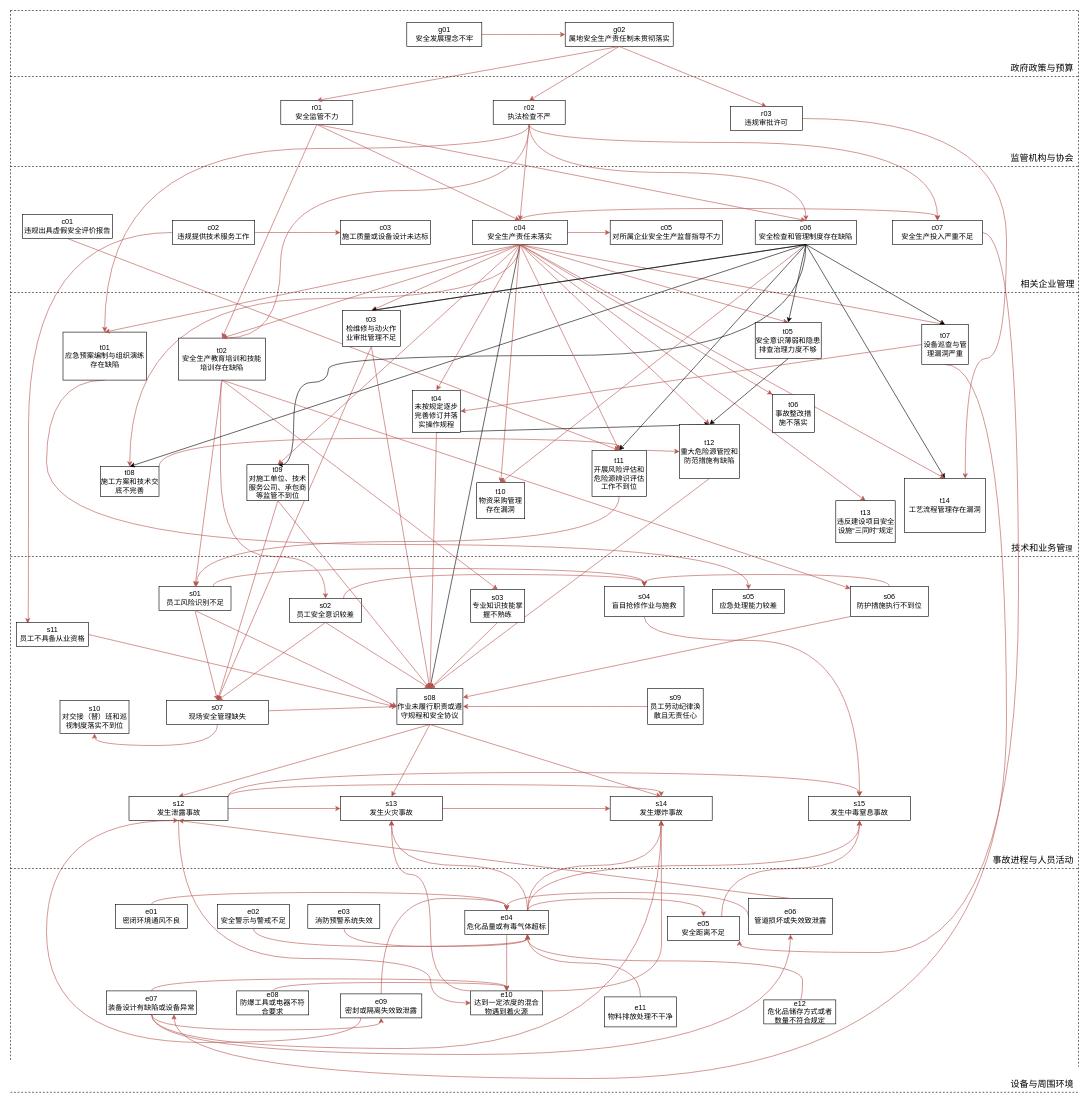
This is 剔除次数少于5.drawio from fangjiarong/docs, a draw.io file, before an edit. Source tidied: cells renumbered, new cells numbered last; positions are measured from the earlier drawing's top-left corner, leaving out a move shared by most shapes. Both pictures are drawn from the tidied source at 60%, with x=0, y=0 at pixel (10, 10).
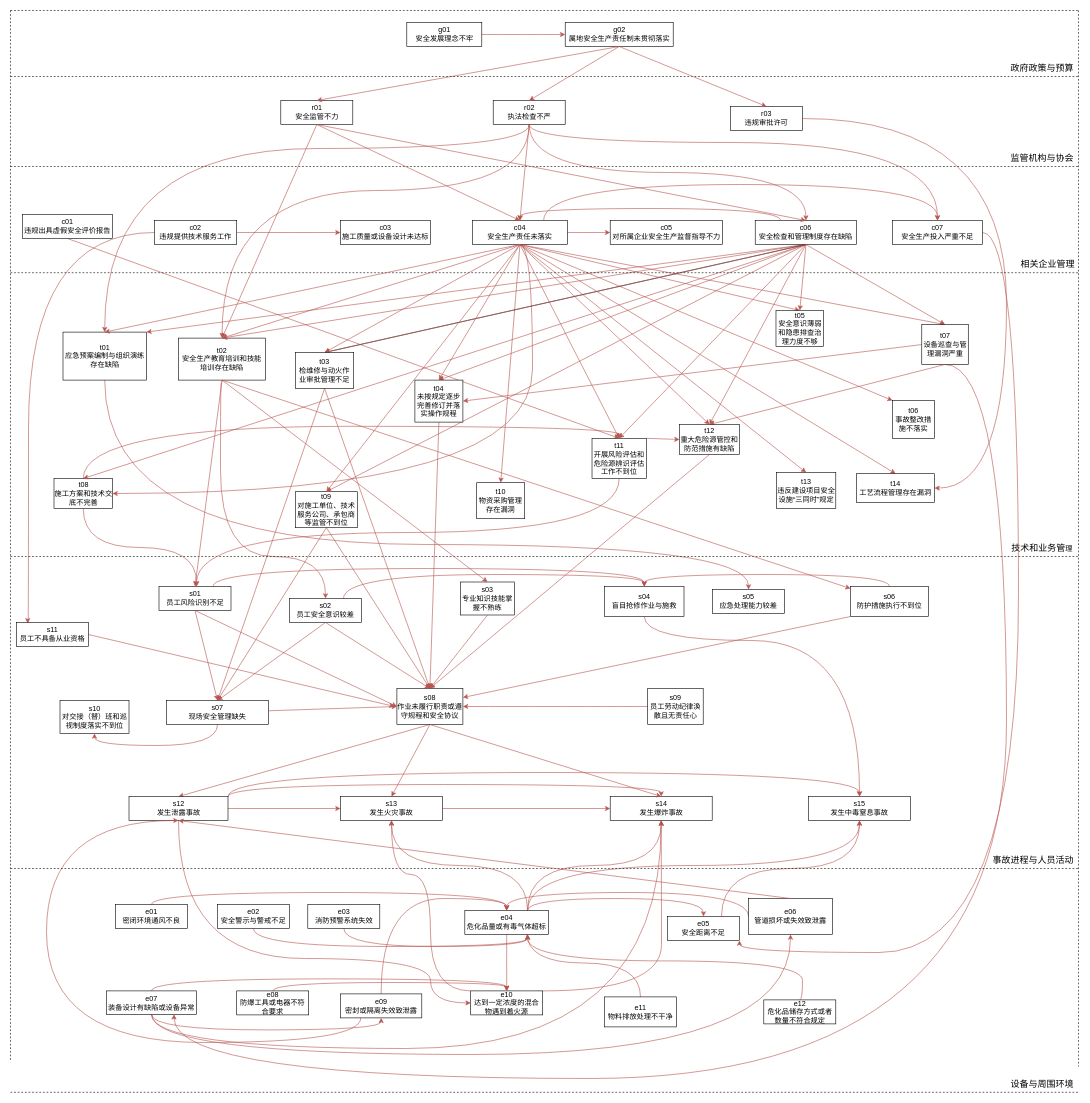
The same diagram, later.

Commit message (it also covers changes not shown here):
更新剔除次数少于5.drawio

The change refers to these unchanged cells:
```xml
<mxCell id="18" value="r02&lt;br&gt;执法检查不严" style="rounded=0;whiteSpace=wrap;html=1;" parent="1" vertex="1">
  <mxGeometry x="804.5" y="150" width="120" height="40" as="geometry" />
</mxCell>
<mxCell id="30" value="c04&lt;br&gt;安全生产责任未落实" style="rounded=0;whiteSpace=wrap;html=1;" parent="1" vertex="1">
  <mxGeometry x="770" y="350" width="158" height="40" as="geometry" />
</mxCell>
<mxCell id="32" value="t01&lt;br&gt;应急预案编制与组织演练存在缺陷" style="rounded=0;whiteSpace=wrap;html=1;" parent="1" vertex="1">
  <mxGeometry x="87.5" y="536" width="139" height="80" as="geometry" />
</mxCell>
<mxCell id="34" value="t02&lt;br&gt;安全生产教育培训和技能培训存在缺陷" style="rounded=0;whiteSpace=wrap;html=1;" parent="1" vertex="1">
  <mxGeometry x="280" y="546" width="145.2" height="70" as="geometry" />
</mxCell>
<mxCell id="42" value="s08&lt;br&gt;作业未履行职责或遵守规程和安全协议" style="rounded=0;whiteSpace=wrap;html=1;" parent="1" vertex="1">
  <mxGeometry x="644" y="1130" width="110" height="60" as="geometry" />
</mxCell>
<mxCell id="43" value="s05&lt;br&gt;应急处理能力较差" style="rounded=0;whiteSpace=wrap;html=1;" parent="1" vertex="1">
  <mxGeometry x="1170" y="965" width="120" height="40" as="geometry" />
</mxCell>
<mxCell id="61" value="c06&lt;br&gt;安全检查和管理制度存在缺陷" style="rounded=0;whiteSpace=wrap;html=1;" parent="1" vertex="1">
  <mxGeometry x="1241.2" y="350" width="169" height="40" as="geometry" />
</mxCell>
<mxCell id="69" value="r03&lt;br&gt;违规审批许可" style="rounded=0;whiteSpace=wrap;html=1;" parent="1" vertex="1">
  <mxGeometry x="1200" y="160" width="120" height="40" as="geometry" />
</mxCell>
<mxCell id="71" value="c07&lt;br&gt;安全生产投入严重不足" style="rounded=0;whiteSpace=wrap;html=1;" parent="1" vertex="1">
  <mxGeometry x="1470" y="350" width="150" height="40" as="geometry" />
</mxCell>
<mxCell id="72" value="t10&lt;br&gt;物资采购管理存在漏洞" style="rounded=0;whiteSpace=wrap;html=1;" parent="1" vertex="1">
  <mxGeometry x="777" y="787" width="80" height="60" as="geometry" />
</mxCell>
<mxCell id="113" value="t07&lt;br&gt;设备巡查与管理漏洞严重" style="rounded=0;whiteSpace=wrap;html=1;" parent="1" vertex="1">
  <mxGeometry x="1518.8" y="523.5" width="77.5" height="66.5" as="geometry" />
</mxCell>
```

Diff of the diagram source:
```diff
@@
+    <mxCell id="124" style="endArrow=classic;html=1;rounded=0;exitX=0.5;exitY=1;exitDx=0;exitDy=0;entryX=0.5;entryY=0;entryDx=0;entryDy=0;fillColor=#f8cecc;strokeColor=#b85450;" parent="1" edge="1" source="37" target="42">
+      <mxGeometry relative="1" as="geometry" />
+    </mxCell>
@@
-    <mxCell id="4" style="endArrow=classic;html=1;rounded=0;exitX=0.5;exitY=1;exitDx=0;exitDy=0;entryX=0.5;entryY=0;entryDx=0;entryDy=0;" parent="1" edge="1" source="30" target="42">
-      <mxGeometry relative="1" as="geometry" />
-    </mxCell>
@@
     <mxCell id="8" value="&lt;font style=&quot;font-size: 15px;&quot;&gt;相关企业管理&lt;/font&gt;" style="text;html=1;strokeColor=none;fillColor=none;align=center;verticalAlign=middle;whiteSpace=wrap;rounded=0;" parent="1" vertex="1">
-      <mxGeometry x="1679" y="440" width="100" height="30" as="geometry" />
+      <mxGeometry x="1679" y="407" width="100" height="30" as="geometry" />
     </mxCell>
@@
     <mxCell id="15" style="edgeStyle=orthogonalEdgeStyle;curved=1;rounded=0;jettySize=auto;html=1;exitX=0.5;exitY=1;exitDx=0;exitDy=0;entryX=0.5;entryY=0;entryDx=0;entryDy=0;fillColor=#f8cecc;strokeColor=#b85450;" parent="1" edge="1" source="18" target="34">
       <mxGeometry relative="1" as="geometry">
         <Array as="points">
           <mxPoint x="865" y="300" />
-          <mxPoint x="450" y="300" />
-          <mxPoint x="450" y="546" />
+          <mxPoint x="353" y="300" />
         </Array>
       </mxGeometry>
     </mxCell>
@@
     <mxCell id="22" value="c02&lt;br&gt;违规提供技术服务工作" style="rounded=0;whiteSpace=wrap;html=1;" parent="1" vertex="1">
-      <mxGeometry x="270" y="350" width="137" height="40" as="geometry" />
+      <mxGeometry x="240" y="350" width="137" height="40" as="geometry" />
     </mxCell>
@@
-    <mxCell id="27" style="edgeStyle=orthogonalEdgeStyle;curved=1;rounded=0;jettySize=auto;html=1;exitX=0.5;exitY=1;exitDx=0;exitDy=0;entryX=0.5;entryY=0;entryDx=0;entryDy=0;fillColor=#f8cecc;strokeColor=#b85450;" parent="1" edge="1" source="30" target="36">
+    <mxCell id="27" style="edgeStyle=orthogonalEdgeStyle;curved=1;rounded=0;jettySize=auto;html=1;exitX=0.5;exitY=1;exitDx=0;exitDy=0;entryX=1;entryY=0.5;entryDx=0;entryDy=0;fillColor=#f8cecc;strokeColor=#b85450;" parent="1" edge="1" source="30" target="36">
       <mxGeometry relative="1" as="geometry">
         <Array as="points">
-          <mxPoint x="849" y="480" />
-          <mxPoint x="199" y="480" />
+          <mxPoint x="870" y="390" />
+          <mxPoint x="870" y="805" />
         </Array>
       </mxGeometry>
     </mxCell>
@@
     <mxCell id="31" style="edgeStyle=orthogonalEdgeStyle;curved=1;rounded=0;jettySize=auto;html=1;exitX=0.5;exitY=1;exitDx=0;exitDy=0;entryX=0.5;entryY=0;entryDx=0;entryDy=0;fillColor=#f8cecc;strokeColor=#b85450;" parent="1" edge="1" source="32" target="43">
       <mxGeometry relative="1" as="geometry">
         <Array as="points">
-          <mxPoint x="60" y="616" />
-          <mxPoint x="60" y="890" />
+          <mxPoint x="157" y="890" />
           <mxPoint x="1230" y="890" />
         </Array>
       </mxGeometry>
     </mxCell>
@@
-    <mxCell id="35" style="edgeStyle=orthogonalEdgeStyle;curved=1;rounded=0;jettySize=auto;html=1;exitX=1;exitY=0;exitDx=0;exitDy=0;entryX=0.5;entryY=0;entryDx=0;entryDy=0;fillColor=#f8cecc;strokeColor=#b85450;" parent="1" edge="1" source="36" target="167">
+    <mxCell id="35" style="edgeStyle=orthogonalEdgeStyle;curved=1;rounded=0;jettySize=auto;html=1;exitX=0.5;exitY=0;exitDx=0;exitDy=0;entryX=0.5;entryY=0;entryDx=0;entryDy=0;fillColor=#f8cecc;strokeColor=#b85450;" parent="1" edge="1" source="36" target="167">
       <mxGeometry relative="1" as="geometry" />
     </mxCell>
+    <mxCell id="176" style="edgeStyle=orthogonalEdgeStyle;curved=1;rounded=0;jettySize=auto;html=1;exitX=0.5;exitY=1;exitDx=0;exitDy=0;fillColor=#f8cecc;strokeColor=#b85450;" parent="1" edge="1" source="36">
+      <mxGeometry relative="1" as="geometry">
+        <mxPoint x="310" y="960" as="targetPoint" />
+      </mxGeometry>
+    </mxCell>
     <mxCell id="36" value="t08&lt;br&gt;施工方案和技术交底不完善" style="rounded=0;whiteSpace=wrap;html=1;" parent="1" vertex="1">
-      <mxGeometry x="150" y="760" width="97.5" height="50" as="geometry" />
+      <mxGeometry x="72.5" y="780" width="97.5" height="50" as="geometry" />
     </mxCell>
     <mxCell id="37" value="t09&lt;br&gt;对施工单位、技术服务公司、承包商等监管不到位" style="rounded=0;whiteSpace=wrap;html=1;" parent="1" vertex="1">
-      <mxGeometry x="394" y="757" width="103" height="60" as="geometry" />
+      <mxGeometry x="475" y="802" width="103" height="60" as="geometry" />
     </mxCell>
@@
     <mxCell id="51" value="s03&lt;br&gt;专业知识技能掌握不熟练" style="rounded=0;whiteSpace=wrap;html=1;" parent="1" vertex="1">
-      <mxGeometry x="767" y="965" width="90" height="55" as="geometry" />
+      <mxGeometry x="750" y="952.5" width="90" height="55" as="geometry" />
     </mxCell>
@@
-    <mxCell id="57" style="edgeStyle=none;rounded=0;jettySize=auto;html=1;exitX=0.5;exitY=1;exitDx=0;exitDy=0;entryX=0.5;entryY=0;entryDx=0;entryDy=0;" parent="1" edge="1" source="61" target="113">
+    <mxCell id="57" style="edgeStyle=none;rounded=0;jettySize=auto;html=1;exitX=0.5;exitY=1;exitDx=0;exitDy=0;entryX=0.5;entryY=0;entryDx=0;entryDy=0;fillColor=#f8cecc;strokeColor=#b85450;" parent="1" edge="1" source="61" target="113">
       <mxGeometry relative="1" as="geometry" />
     </mxCell>
+    <mxCell id="177" style="edgeStyle=orthogonalEdgeStyle;curved=1;rounded=0;jettySize=auto;html=1;exitX=0.25;exitY=0;exitDx=0;exitDy=0;entryX=0.5;entryY=0;entryDx=0;entryDy=0;fillColor=#f8cecc;strokeColor=#b85450;" parent="1" edge="1" source="61" target="30">
+      <mxGeometry relative="1" as="geometry">
+        <Array as="points">
+          <mxPoint x="1284" y="330" />
+          <mxPoint x="849" y="330" />
+        </Array>
+      </mxGeometry>
+    </mxCell>
+    <mxCell id="178" style="edgeStyle=none;rounded=0;jettySize=auto;html=1;exitX=0.5;exitY=1;exitDx=0;exitDy=0;entryX=1;entryY=0;entryDx=0;entryDy=0;fillColor=#f8cecc;strokeColor=#b85450;" parent="1" edge="1" source="61" target="32">
+      <mxGeometry relative="1" as="geometry" />
+    </mxCell>
+    <mxCell id="179" style="edgeStyle=none;rounded=0;jettySize=auto;html=1;exitX=0.5;exitY=1;exitDx=0;exitDy=0;entryX=0.5;entryY=0;entryDx=0;entryDy=0;fillColor=#f8cecc;strokeColor=#b85450;" parent="1" edge="1" source="61" target="34">
+      <mxGeometry relative="1" as="geometry" />
+    </mxCell>
+    <mxCell id="180" style="edgeStyle=none;rounded=0;jettySize=auto;html=1;exitX=0.5;exitY=1;exitDx=0;exitDy=0;entryX=0.5;entryY=0;entryDx=0;entryDy=0;fillColor=#f8cecc;strokeColor=#b85450;" parent="1" edge="1" source="61" target="173">
+      <mxGeometry relative="1" as="geometry" />
+    </mxCell>
+    <mxCell id="181" style="edgeStyle=none;rounded=0;jettySize=auto;html=1;exitX=0.5;exitY=1;exitDx=0;exitDy=0;entryX=0.5;entryY=0;entryDx=0;entryDy=0;fillColor=#f8cecc;strokeColor=#b85450;" parent="1" edge="1" source="61" target="161">
+      <mxGeometry relative="1" as="geometry" />
+    </mxCell>
+    <mxCell id="122" style="edgeStyle=none;rounded=0;jettySize=auto;html=1;exitX=0.5;exitY=1;exitDx=0;exitDy=0;entryX=0.5;entryY=0;entryDx=0;entryDy=0;fillColor=#f8cecc;strokeColor=#b85450;" parent="1" edge="1" source="61" target="36">
+      <mxGeometry relative="1" as="geometry" />
+    </mxCell>
-    <mxCell id="58" style="edgeStyle=orthogonalEdgeStyle;curved=1;rounded=0;jettySize=auto;html=1;exitX=0.5;exitY=1;exitDx=0;exitDy=0;entryX=0.5;entryY=0;entryDx=0;entryDy=0;" parent="1" edge="1" source="61" target="37">
-      <mxGeometry relative="1" as="geometry">
-        <Array as="points">
-          <mxPoint x="1326" y="575" />
-          <mxPoint x="530" y="575" />
-          <mxPoint x="530" y="620" />
-          <mxPoint x="472" y="620" />
-        </Array>
-      </mxGeometry>
+    <mxCell id="58" style="edgeStyle=none;rounded=0;jettySize=auto;html=1;exitX=0.5;exitY=1;exitDx=0;exitDy=0;entryX=0.5;entryY=0;entryDx=0;entryDy=0;fillColor=#f8cecc;strokeColor=#b85450;" parent="1" edge="1" source="61" target="37">
+      <mxGeometry relative="1" as="geometry" />
     </mxCell>
-    <mxCell id="59" style="edgeStyle=none;rounded=0;jettySize=auto;html=1;exitX=0.5;exitY=1;exitDx=0;exitDy=0;entryX=0.5;entryY=0;entryDx=0;entryDy=0;fillColor=#f8cecc;strokeColor=#b85450;" parent="1" edge="1" source="61" target="72">
-      <mxGeometry relative="1" as="geometry" />
-    </mxCell>
-    <mxCell id="60" style="edgeStyle=none;rounded=0;jettySize=auto;html=1;exitX=0.5;exitY=1;exitDx=0;exitDy=0;entryX=0.5;entryY=0;entryDx=0;entryDy=0;" parent="1" edge="1" source="61" target="165">
-      <mxGeometry relative="1" as="geometry" />
-    </mxCell>
@@
     <mxCell id="62" value="t13&lt;br&gt;违反建设项目安全设施“三同时”规定" style="rounded=0;whiteSpace=wrap;html=1;" parent="1" vertex="1">
-      <mxGeometry x="1375.5" y="817" width="99" height="70" as="geometry" />
+      <mxGeometry x="1276.5" y="770" width="99" height="60" as="geometry" />
     </mxCell>
@@
-    <mxCell id="68" style="edgeStyle=orthogonalEdgeStyle;curved=1;rounded=0;jettySize=auto;html=1;exitX=1;exitY=0.5;exitDx=0;exitDy=0;entryX=0.75;entryY=0;entryDx=0;entryDy=0;fillColor=#f8cecc;strokeColor=#b85450;" parent="1" edge="1" source="69" target="165">
+    <mxCell id="68" style="edgeStyle=orthogonalEdgeStyle;curved=1;rounded=0;jettySize=auto;html=1;exitX=1;exitY=0.5;exitDx=0;exitDy=0;entryX=1;entryY=0.5;entryDx=0;entryDy=0;fillColor=#f8cecc;strokeColor=#b85450;" parent="1" edge="1" source="69" target="165">
       <mxGeometry relative="1" as="geometry">
         <Array as="points">
           <mxPoint x="1660" y="180" />
-          <mxPoint x="1660" y="580" />
-          <mxPoint x="1591" y="580" />
+          <mxPoint x="1660" y="796" />
         </Array>
       </mxGeometry>
     </mxCell>
@@
     <mxCell id="116" style="endArrow=none;dashed=1;html=1;rounded=0;" parent="1" edge="1">
       <mxGeometry relative="1" as="geometry">
-        <mxPoint y="470" as="sourcePoint" />
-        <mxPoint x="1780" y="470" as="targetPoint" />
+        <mxPoint y="437" as="sourcePoint" />
+        <mxPoint x="1780" y="437" as="targetPoint" />
       </mxGeometry>
     </mxCell>
@@
-    <mxCell id="122" style="endArrow=classic;html=1;rounded=0;entryX=0.5;entryY=0;entryDx=0;entryDy=0;exitX=0.5;exitY=1;exitDx=0;exitDy=0;" parent="1" edge="1" source="61" target="36">
-      <mxGeometry relative="1" as="geometry" />
-    </mxCell>
@@
-    <mxCell id="124" style="endArrow=classic;html=1;rounded=0;exitX=0.5;exitY=1;exitDx=0;exitDy=0;entryX=0.5;entryY=0;entryDx=0;entryDy=0;fillColor=#f8cecc;strokeColor=#b85450;" parent="1" edge="1" source="37" target="42">
-      <mxGeometry relative="1" as="geometry" />
-    </mxCell>
@@
-    <mxCell id="136" style="endArrow=classic;html=1;rounded=0;exitX=0.5;exitY=1;exitDx=0;exitDy=0;entryX=0.5;entryY=0;entryDx=0;entryDy=0;" parent="1" edge="1" source="61" target="167">
+    <mxCell id="136" style="endArrow=classic;html=1;rounded=0;exitX=0.5;exitY=1;exitDx=0;exitDy=0;entryX=0.5;entryY=0;entryDx=0;entryDy=0;fillColor=#f8cecc;strokeColor=#b85450;" parent="1" edge="1" source="61" target="167">
       <mxGeometry relative="1" as="geometry" />
     </mxCell>
@@
-    <mxCell id="138" style="endArrow=classic;html=1;rounded=0;exitX=0.5;exitY=1;exitDx=0;exitDy=0;entryX=0.5;entryY=0;entryDx=0;entryDy=0;" parent="1" edge="1" source="164" target="161">
+    <mxCell id="138" style="endArrow=classic;html=1;rounded=0;exitX=0.5;exitY=1;exitDx=0;exitDy=0;entryX=0.5;entryY=0;entryDx=0;entryDy=0;fillColor=#f8cecc;strokeColor=#b85450;" parent="1" edge="1" source="113" target="161">
       <mxGeometry relative="1" as="geometry" />
     </mxCell>
@@
-    <mxCell id="144" style="endArrow=classic;html=1;rounded=0;exitX=0.5;exitY=1;exitDx=0;exitDy=0;entryX=0.5;entryY=0;entryDx=0;entryDy=0;" parent="1" edge="1" source="173" target="161">
-      <mxGeometry relative="1" as="geometry" />
-    </mxCell>
@@
-    <mxCell id="158" style="endArrow=classic;html=1;rounded=0;entryX=0.5;entryY=0;entryDx=0;entryDy=0;" parent="1" edge="1" target="159">
+    <mxCell id="158" style="endArrow=classic;html=1;rounded=0;entryX=0.5;entryY=0;entryDx=0;entryDy=0;fillColor=#f8cecc;strokeColor=#b85450;" parent="1" edge="1" target="159">
       <mxGeometry relative="1" as="geometry">
         <mxPoint x="1326" y="390" as="sourcePoint" />
       </mxGeometry>
     </mxCell>
     <mxCell id="159" value="t03&lt;br&gt;检维修与动火作业审批管理不足" style="rounded=0;whiteSpace=wrap;html=1;" parent="1" vertex="1">
-      <mxGeometry x="553" y="500" width="97" height="60" as="geometry" />
+      <mxGeometry x="475" y="570" width="97" height="60" as="geometry" />
     </mxCell>
@@
     <mxCell id="161" value="t12&lt;br&gt;重大危险源管控和防范措施有缺陷" style="rounded=0;whiteSpace=wrap;html=1;" parent="1" vertex="1">
-      <mxGeometry x="1115" y="690" width="100" height="90" as="geometry" />
+      <mxGeometry x="1115" y="690" width="100" height="50" as="geometry" />
     </mxCell>
     <mxCell id="162" value="t06&lt;br&gt;事故整改措施不落实" style="rounded=0;whiteSpace=wrap;html=1;" parent="1" vertex="1">
-      <mxGeometry x="1270" y="640" width="70" height="63" as="geometry" />
+      <mxGeometry x="1470" y="650" width="70" height="63" as="geometry" />
     </mxCell>
-    <mxCell id="163" style="endArrow=classic;html=1;rounded=0;exitX=0.5;exitY=1;exitDx=0;exitDy=0;entryX=0.5;entryY=0;entryDx=0;entryDy=0;" parent="1" edge="1" source="61" target="164">
+    <mxCell id="163" style="endArrow=classic;html=1;rounded=0;exitX=0.5;exitY=1;exitDx=0;exitDy=0;entryX=0.5;entryY=0;entryDx=0;entryDy=0;fillColor=#f8cecc;strokeColor=#b85450;" parent="1" edge="1" source="61" target="164">
       <mxGeometry relative="1" as="geometry" />
     </mxCell>
     <mxCell id="164" value="t05&lt;br&gt;安全意识薄弱和隐患排查治理力度不够" style="rounded=0;whiteSpace=wrap;html=1;" parent="1" vertex="1">
-      <mxGeometry x="1241.2" y="520" width="110" height="60" as="geometry" />
+      <mxGeometry x="1275.8" y="500" width="79.5" height="60" as="geometry" />
     </mxCell>
     <mxCell id="165" value="t14&lt;br&gt;工艺流程管理存在漏洞" style="rounded=0;whiteSpace=wrap;html=1;" parent="1" vertex="1">
-      <mxGeometry x="1490" y="780" width="135" height="90" as="geometry" />
+      <mxGeometry x="1410.2" y="772" width="129.8" height="48" as="geometry" />
     </mxCell>
@@
     <mxCell id="167" value="t11&lt;br&gt;开展风险评估和危险源辨识评估工作不到位" style="rounded=0;whiteSpace=wrap;html=1;" parent="1" vertex="1">
-      <mxGeometry x="969.2" y="733" width="90.5" height="77" as="geometry" />
+      <mxGeometry x="969.2" y="713" width="90.5" height="67" as="geometry" />
     </mxCell>
@@
     <mxCell id="173" value="t04&lt;br&gt;未按规定逐步完善修订并落实操作规程" style="rounded=0;whiteSpace=wrap;html=1;" parent="1" vertex="1">
-      <mxGeometry x="670" y="633" width="80" height="70" as="geometry" />
+      <mxGeometry x="674" y="616" width="80" height="70" as="geometry" />
     </mxCell>
-    <mxCell id="174" style="edgeStyle=orthogonalEdgeStyle;curved=1;rounded=0;jettySize=auto;html=1;exitX=0.5;exitY=0;exitDx=0;exitDy=0;entryX=0.5;entryY=0;entryDx=0;entryDy=0;fillColor=#f8cecc;strokeColor=#b85450;" parent="1" edge="1" source="30" target="71">
-      <mxGeometry relative="1" as="geometry" />
+    <mxCell id="174" style="edgeStyle=orthogonalEdgeStyle;curved=1;rounded=0;jettySize=auto;html=1;exitX=0.75;exitY=0;exitDx=0;exitDy=0;entryX=0.5;entryY=0;entryDx=0;entryDy=0;fillColor=#f8cecc;strokeColor=#b85450;" parent="1" edge="1" source="30" target="71">
+      <mxGeometry relative="1" as="geometry">
+        <Array as="points">
+          <mxPoint x="889" y="290" />
+          <mxPoint x="1545" y="290" />
+        </Array>
+      </mxGeometry>
     </mxCell>
```
